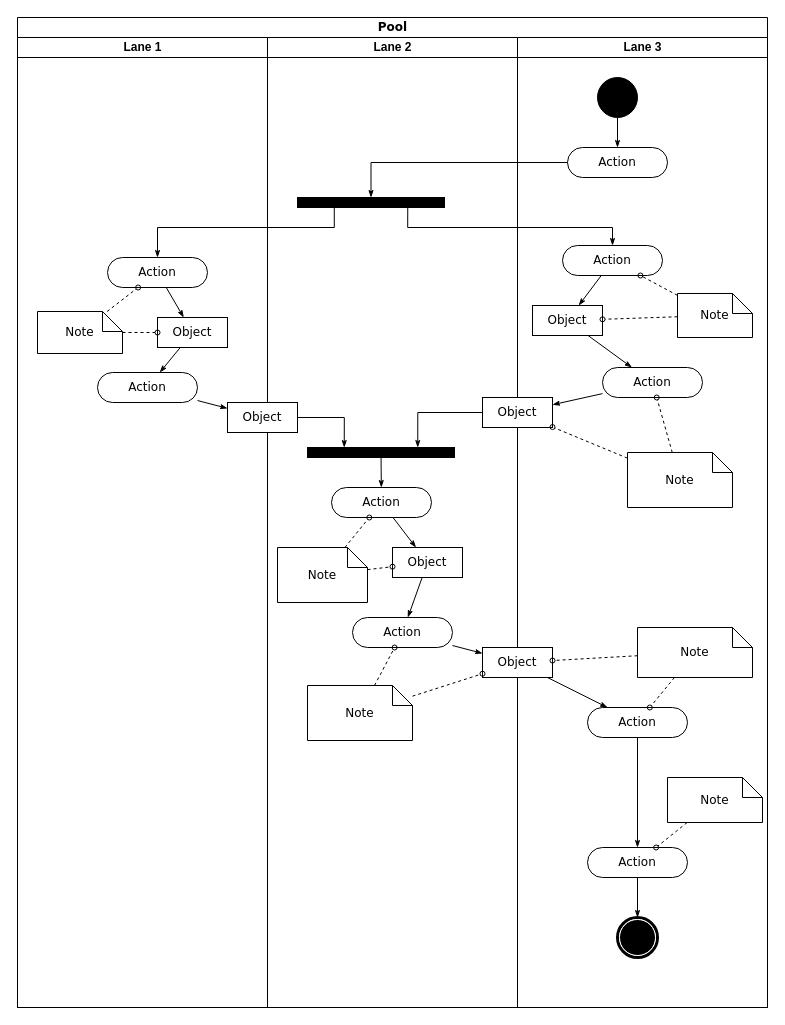
mikeah2011/oss keeps this draw.io diagram as 新的聯盟分潤流程圖.drawio. Above is the earlier version. Source tidied: cells renumbered, new cells numbered last; positions are measured from the earlier drawing's top-left corner, leaving out a move shared by most shapes. Both pictures are drawn from the tidied source at 100%, with x=0, y=0 at pixel (17, 17).
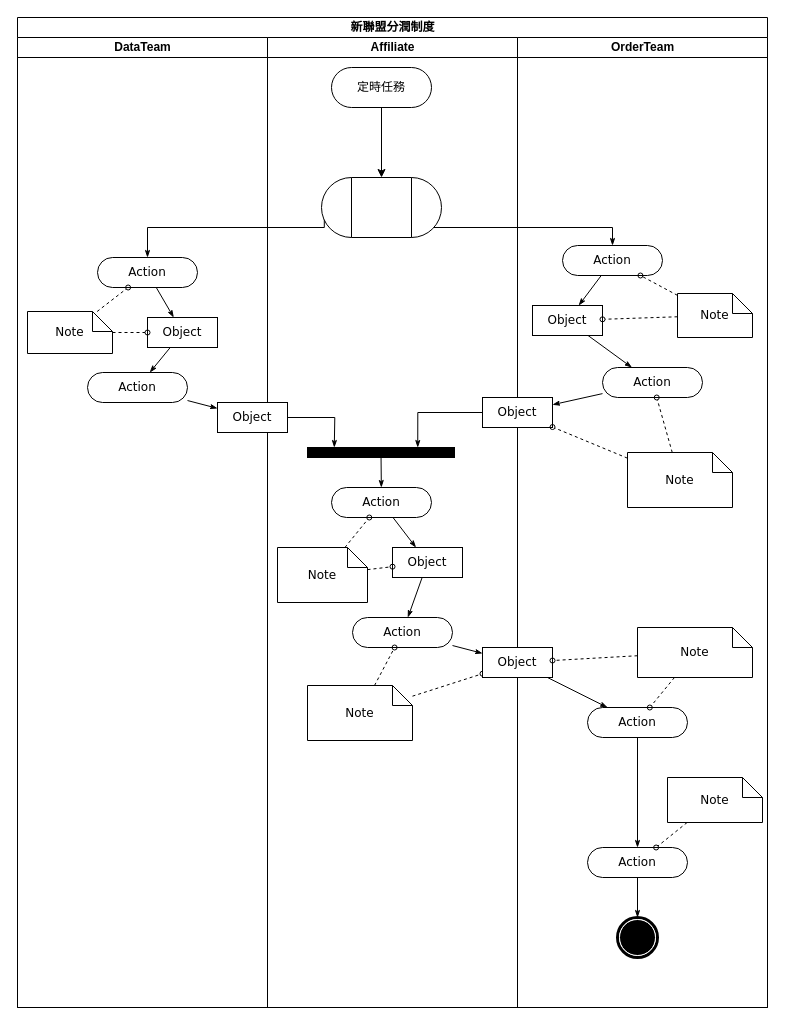
The same diagram, later.

Commit message:
更新新的聯盟分潤流程圖.drawio

Unchanged cells that the change refers to:
```xml
<mxCell id="17" style="whiteSpace=wrap;html=1;rounded=0;shadow=0;comic=0;labelBackgroundColor=none;strokeWidth=1;fillColor=#000000;fontFamily=Verdana;fontSize=12;align=center;rotation=0;" parent="12" vertex="1">
  <mxGeometry x="40" y="410" width="147" height="10" as="geometry" />
</mxCell>
<mxCell id="22" value="Action" style="rounded=1;whiteSpace=wrap;html=1;shadow=0;comic=0;labelBackgroundColor=none;strokeWidth=1;fontFamily=Verdana;fontSize=12;align=center;arcSize=50;" parent="12" vertex="1">
  <mxGeometry x="85" y="580" width="100" height="30" as="geometry" />
</mxCell>
<mxCell id="27" value="Note" style="shape=note;whiteSpace=wrap;html=1;rounded=0;shadow=0;comic=0;labelBackgroundColor=none;strokeWidth=1;fontFamily=Verdana;fontSize=12;align=center;size=20;" parent="12" vertex="1">
  <mxGeometry x="40" y="648" width="105" height="55" as="geometry" />
</mxCell>
<mxCell id="33" value="Action" style="rounded=1;whiteSpace=wrap;html=1;shadow=0;comic=0;labelBackgroundColor=none;strokeWidth=1;fontFamily=Verdana;fontSize=12;align=center;arcSize=50;" parent="28" vertex="1">
  <mxGeometry x="45" y="208" width="100" height="30" as="geometry" />
</mxCell>
<mxCell id="38" value="Object" style="rounded=0;whiteSpace=wrap;html=1;shadow=0;comic=0;labelBackgroundColor=none;strokeWidth=1;fontFamily=Verdana;fontSize=12;align=center;arcSize=50;" parent="28" vertex="1">
  <mxGeometry x="-35" y="360" width="70" height="30" as="geometry" />
</mxCell>
<mxCell id="40" value="Object" style="rounded=0;whiteSpace=wrap;html=1;shadow=0;comic=0;labelBackgroundColor=none;strokeWidth=1;fontFamily=Verdana;fontSize=12;align=center;arcSize=50;" parent="28" vertex="1">
  <mxGeometry x="-35" y="610" width="70" height="30" as="geometry" />
</mxCell>
```

Change to the diagram source:
```diff
@@
-    <mxCell id="2" value="Pool" style="swimlane;html=1;startSize=20;rounded=0;shadow=0;comic=0;labelBackgroundColor=none;strokeWidth=1;fontFamily=Verdana;fontSize=12;align=center;" parent="1" vertex="1">
+    <mxCell id="2" value="新聯盟分潤制度" style="swimlane;html=1;startSize=20;rounded=0;shadow=0;comic=0;labelBackgroundColor=none;strokeWidth=1;fontFamily=Verdana;fontSize=12;align=center;direction=east;" parent="1" vertex="1">
       <mxGeometry width="750" height="990" as="geometry" />
     </mxCell>
+    <mxCell id="59" style="edgeStyle=orthogonalEdgeStyle;rounded=0;html=1;exitX=0.25;exitY=1;entryX=0.5;entryY=0;labelBackgroundColor=none;startArrow=none;startFill=0;startSize=5;endArrow=classicThin;endFill=1;endSize=5;jettySize=auto;strokeWidth=1;fontFamily=Verdana;fontSize=12;" parent="2" edge="1" target="5">
+      <mxGeometry relative="1" as="geometry">
+        <mxPoint x="306.8" y="190" as="sourcePoint" />
+        <Array as="points">
+          <mxPoint x="307" y="210" />
+          <mxPoint x="130" y="210" />
+        </Array>
+      </mxGeometry>
+    </mxCell>
+    <mxCell id="61" style="edgeStyle=none;rounded=0;html=1;labelBackgroundColor=none;startArrow=none;startFill=0;startSize=5;endArrow=classicThin;endFill=1;endSize=5;jettySize=auto;strokeWidth=1;fontFamily=Verdana;fontSize=12;" parent="2" edge="1" source="6" target="19">
+      <mxGeometry relative="1" as="geometry" />
+    </mxCell>
-    <mxCell id="3" value="Lane 1" style="swimlane;html=1;startSize=20;" parent="2" vertex="1">
+    <mxCell id="3" value="DataTeam" style="swimlane;html=1;startSize=20;" parent="2" vertex="1">
       <mxGeometry y="20" width="250" height="970" as="geometry" />
     </mxCell>
@@
     <mxCell id="5" value="Action" style="rounded=1;whiteSpace=wrap;html=1;shadow=0;comic=0;labelBackgroundColor=none;strokeWidth=1;fontFamily=Verdana;fontSize=12;align=center;arcSize=50;" parent="3" vertex="1">
-      <mxGeometry x="90" y="220" width="100" height="30" as="geometry" />
+      <mxGeometry x="80" y="220" width="100" height="30" as="geometry" />
     </mxCell>
     <mxCell id="6" value="Action" style="rounded=1;whiteSpace=wrap;html=1;shadow=0;comic=0;labelBackgroundColor=none;strokeWidth=1;fontFamily=Verdana;fontSize=12;align=center;arcSize=50;" parent="3" vertex="1">
-      <mxGeometry x="80" y="335" width="100" height="30" as="geometry" />
+      <mxGeometry x="70" y="335" width="100" height="30" as="geometry" />
     </mxCell>
@@
     <mxCell id="8" value="Object" style="rounded=0;whiteSpace=wrap;html=1;shadow=0;comic=0;labelBackgroundColor=none;strokeWidth=1;fontFamily=Verdana;fontSize=12;align=center;arcSize=50;" parent="3" vertex="1">
-      <mxGeometry x="140" y="280" width="70" height="30" as="geometry" />
+      <mxGeometry x="130" y="280" width="70" height="30" as="geometry" />
     </mxCell>
@@
     <mxCell id="11" value="Note" style="shape=note;whiteSpace=wrap;html=1;rounded=0;shadow=0;comic=0;labelBackgroundColor=none;strokeWidth=1;fontFamily=Verdana;fontSize=12;align=center;size=20;" parent="3" vertex="1">
-      <mxGeometry x="20" y="274" width="85" height="42" as="geometry" />
+      <mxGeometry x="10" y="274" width="85" height="42" as="geometry" />
     </mxCell>
+    <mxCell id="58" style="edgeStyle=orthogonalEdgeStyle;rounded=0;html=1;exitX=0.75;exitY=1;labelBackgroundColor=none;startArrow=none;startFill=0;startSize=5;endArrow=classicThin;endFill=1;endSize=5;jettySize=auto;strokeWidth=1;fontFamily=Verdana;fontSize=12;" parent="2" edge="1" target="33">
+      <mxGeometry relative="1" as="geometry">
+        <mxPoint x="390.2" y="190" as="sourcePoint" />
+        <Array as="points">
+          <mxPoint x="390" y="210" />
+          <mxPoint x="595" y="210" />
+        </Array>
+      </mxGeometry>
+    </mxCell>
+    <mxCell id="60" style="edgeStyle=orthogonalEdgeStyle;rounded=0;html=1;entryX=0.75;entryY=0;labelBackgroundColor=none;startArrow=none;startFill=0;startSize=5;endArrow=classicThin;endFill=1;endSize=5;jettySize=auto;strokeWidth=1;fontFamily=Verdana;fontSize=12;" parent="2" edge="1" source="38" target="17">
+      <mxGeometry relative="1" as="geometry" />
+    </mxCell>
+    <mxCell id="62" style="edgeStyle=none;rounded=0;html=1;labelBackgroundColor=none;startArrow=none;startFill=0;startSize=5;endArrow=classicThin;endFill=1;endSize=5;jettySize=auto;strokeWidth=1;fontFamily=Verdana;fontSize=12;" parent="2" edge="1" source="22" target="40">
+      <mxGeometry relative="1" as="geometry" />
+    </mxCell>
+    <mxCell id="63" style="edgeStyle=none;rounded=0;html=1;dashed=1;labelBackgroundColor=none;startArrow=none;startFill=0;startSize=5;endArrow=oval;endFill=0;endSize=5;jettySize=auto;strokeWidth=1;fontFamily=Verdana;fontSize=12;" parent="2" edge="1" source="27" target="40">
+      <mxGeometry relative="1" as="geometry" />
+    </mxCell>
-    <mxCell id="12" value="Lane 2" style="swimlane;html=1;startSize=20;" parent="2" vertex="1">
+    <mxCell id="12" value="Affiliate" style="swimlane;html=1;startSize=20;" parent="2" vertex="1">
       <mxGeometry x="250" y="20" width="250" height="970" as="geometry" />
     </mxCell>
-    <mxCell id="13" style="whiteSpace=wrap;html=1;rounded=0;shadow=0;comic=0;labelBackgroundColor=none;strokeWidth=1;fillColor=#000000;fontFamily=Verdana;fontSize=12;align=center;rotation=0;" parent="12" vertex="1">
-      <mxGeometry x="30" y="160" width="147" height="10" as="geometry" />
-    </mxCell>
@@
-    <mxCell id="18" style="edgeStyle=orthogonalEdgeStyle;rounded=0;html=1;entryX=0.25;entryY=0;labelBackgroundColor=none;startArrow=none;startFill=0;startSize=5;endArrow=classicThin;endFill=1;endSize=5;jettySize=auto;strokeWidth=1;fontFamily=Verdana;fontSize=12;" parent="12" edge="1" source="19" target="17">
-      <mxGeometry relative="1" as="geometry" />
+    <mxCell id="18" style="edgeStyle=orthogonalEdgeStyle;rounded=0;html=1;entryX=0.25;entryY=0;labelBackgroundColor=none;startArrow=none;startFill=0;startSize=5;endArrow=classicThin;endFill=1;endSize=5;jettySize=auto;strokeWidth=1;fontFamily=Verdana;fontSize=12;" parent="12" edge="1" source="19">
+      <mxGeometry relative="1" as="geometry">
+        <mxPoint x="66.8" y="410" as="targetPoint" />
+      </mxGeometry>
     </mxCell>
     <mxCell id="19" value="Object" style="rounded=0;whiteSpace=wrap;html=1;shadow=0;comic=0;labelBackgroundColor=none;strokeWidth=1;fontFamily=Verdana;fontSize=12;align=center;arcSize=50;" parent="12" vertex="1">
-      <mxGeometry x="-40" y="365" width="70" height="30" as="geometry" />
+      <mxGeometry x="-50" y="365" width="70" height="30" as="geometry" />
     </mxCell>
@@
+    <mxCell id="64" style="edgeStyle=orthogonalEdgeStyle;rounded=0;jettySize=auto;html=1;" parent="12" edge="1" source="31" target="65">
+      <mxGeometry relative="1" as="geometry" />
+    </mxCell>
+    <mxCell id="31" value="定時任務" style="rounded=1;whiteSpace=wrap;html=1;shadow=0;comic=0;labelBackgroundColor=none;strokeWidth=1;fontFamily=Verdana;fontSize=12;align=center;arcSize=50;" parent="12" vertex="1">
+      <mxGeometry x="64" y="30" width="100" height="40" as="geometry" />
+    </mxCell>
+    <mxCell id="65" style="shape=process;whiteSpace=wrap;html=1;backgroundOutline=1;fontFamily=Verdana;rounded=1;shadow=0;comic=0;labelBackgroundColor=none;strokeWidth=1;arcSize=50;" parent="12" vertex="1">
+      <mxGeometry x="54" y="140" width="120" height="60" as="geometry" />
+    </mxCell>
-    <mxCell id="28" value="Lane 3" style="swimlane;html=1;startSize=20;" parent="2" vertex="1">
+    <mxCell id="28" value="OrderTeam" style="swimlane;html=1;startSize=20;" parent="2" vertex="1">
       <mxGeometry x="500" y="20" width="250" height="970" as="geometry" />
     </mxCell>
-    <mxCell id="29" style="edgeStyle=orthogonalEdgeStyle;rounded=0;html=1;labelBackgroundColor=none;startArrow=none;startFill=0;startSize=5;endArrow=classicThin;endFill=1;endSize=5;jettySize=auto;strokeWidth=1;fontFamily=Verdana;fontSize=12;" parent="28" edge="1" source="30" target="31">
-      <mxGeometry relative="1" as="geometry" />
-    </mxCell>
-    <mxCell id="30" style="ellipse;whiteSpace=wrap;html=1;rounded=0;shadow=0;comic=0;labelBackgroundColor=none;strokeWidth=1;fillColor=#000000;fontFamily=Verdana;fontSize=12;align=center;" parent="28" vertex="1">
-      <mxGeometry x="80" y="40" width="40" height="40" as="geometry" />
-    </mxCell>
-    <mxCell id="31" value="Action" style="rounded=1;whiteSpace=wrap;html=1;shadow=0;comic=0;labelBackgroundColor=none;strokeWidth=1;fontFamily=Verdana;fontSize=12;align=center;arcSize=50;" parent="28" vertex="1">
-      <mxGeometry x="50" y="110" width="100" height="30" as="geometry" />
-    </mxCell>
@@
-    <mxCell id="57" style="edgeStyle=orthogonalEdgeStyle;rounded=0;html=1;entryX=0.5;entryY=0;labelBackgroundColor=none;startArrow=none;startFill=0;startSize=5;endArrow=classicThin;endFill=1;endSize=5;jettySize=auto;strokeWidth=1;fontFamily=Verdana;fontSize=12;" parent="2" edge="1" source="31" target="13">
-      <mxGeometry relative="1" as="geometry">
-        <Array as="points">
-          <mxPoint x="354" y="145" />
-        </Array>
-      </mxGeometry>
-    </mxCell>
-    <mxCell id="58" style="edgeStyle=orthogonalEdgeStyle;rounded=0;html=1;exitX=0.75;exitY=1;labelBackgroundColor=none;startArrow=none;startFill=0;startSize=5;endArrow=classicThin;endFill=1;endSize=5;jettySize=auto;strokeWidth=1;fontFamily=Verdana;fontSize=12;" parent="2" edge="1" source="13" target="33">
-      <mxGeometry relative="1" as="geometry">
-        <Array as="points">
-          <mxPoint x="390" y="210" />
-          <mxPoint x="595" y="210" />
-        </Array>
-      </mxGeometry>
-    </mxCell>
-    <mxCell id="59" style="edgeStyle=orthogonalEdgeStyle;rounded=0;html=1;exitX=0.25;exitY=1;entryX=0.5;entryY=0;labelBackgroundColor=none;startArrow=none;startFill=0;startSize=5;endArrow=classicThin;endFill=1;endSize=5;jettySize=auto;strokeWidth=1;fontFamily=Verdana;fontSize=12;" parent="2" edge="1" source="13" target="5">
-      <mxGeometry relative="1" as="geometry">
-        <Array as="points">
-          <mxPoint x="317" y="210" />
-          <mxPoint x="140" y="210" />
-        </Array>
-      </mxGeometry>
-    </mxCell>
-    <mxCell id="60" style="edgeStyle=orthogonalEdgeStyle;rounded=0;html=1;entryX=0.75;entryY=0;labelBackgroundColor=none;startArrow=none;startFill=0;startSize=5;endArrow=classicThin;endFill=1;endSize=5;jettySize=auto;strokeWidth=1;fontFamily=Verdana;fontSize=12;" parent="2" edge="1" source="38" target="17">
-      <mxGeometry relative="1" as="geometry" />
-    </mxCell>
-    <mxCell id="61" style="edgeStyle=none;rounded=0;html=1;labelBackgroundColor=none;startArrow=none;startFill=0;startSize=5;endArrow=classicThin;endFill=1;endSize=5;jettySize=auto;strokeWidth=1;fontFamily=Verdana;fontSize=12;" parent="2" edge="1" source="6" target="19">
-      <mxGeometry relative="1" as="geometry" />
-    </mxCell>
-    <mxCell id="62" style="edgeStyle=none;rounded=0;html=1;labelBackgroundColor=none;startArrow=none;startFill=0;startSize=5;endArrow=classicThin;endFill=1;endSize=5;jettySize=auto;strokeWidth=1;fontFamily=Verdana;fontSize=12;" parent="2" edge="1" source="22" target="40">
-      <mxGeometry relative="1" as="geometry" />
-    </mxCell>
-    <mxCell id="63" style="edgeStyle=none;rounded=0;html=1;dashed=1;labelBackgroundColor=none;startArrow=none;startFill=0;startSize=5;endArrow=oval;endFill=0;endSize=5;jettySize=auto;strokeWidth=1;fontFamily=Verdana;fontSize=12;" parent="2" edge="1" source="27" target="40">
-      <mxGeometry relative="1" as="geometry" />
-    </mxCell>
```
